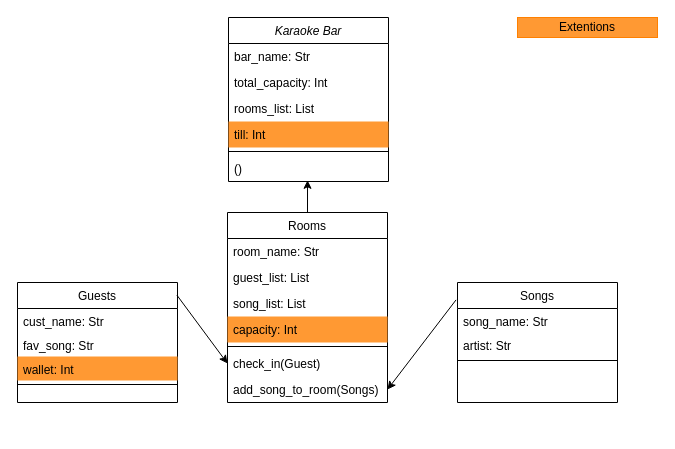
michaelmccoll/W2_WkEnd_Object_Oriented_Karaoke keeps this draw.io diagram as Karaoke.drawio. Above is the earlier version. Source tidied: cells renumbered, new cells numbered last; positions are measured from the earlier drawing's top-left corner, leaving out a move shared by most shapes. Both pictures are drawn from the tidied source at 100%, with x=0, y=0 at pixel (17, 17).
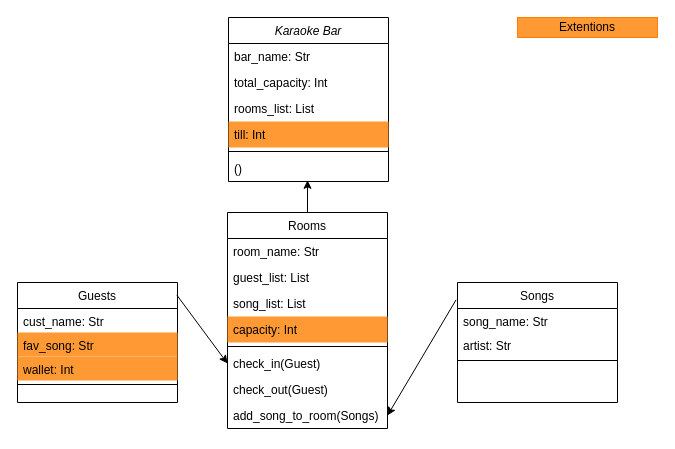
The same page after the edit.

Commit message (it also covers changes not shown here):
Guest tests complete. Room tests half completed.

The change refers to these unchanged cells:
```xml
<mxCell id="17" value="Guests" style="swimlane;fontStyle=0;align=center;verticalAlign=top;horizontal=1;startSize=26;rounded=0;shadow=0;strokeWidth=1;" parent="1" vertex="1">
  <mxGeometry y="265" width="160" height="120" as="geometry" />
</mxCell>
```

Diff of the diagram source:
```diff
@@
     <mxCell id="9" value="Rooms" style="swimlane;fontStyle=0;align=center;verticalAlign=top;horizontal=1;startSize=26;rounded=0;shadow=0;strokeWidth=1;" parent="1" vertex="1">
-      <mxGeometry x="210" y="195" width="160" height="190" as="geometry" />
+      <mxGeometry x="210" y="195" width="160" height="216" as="geometry" />
     </mxCell>
@@
+    <mxCell id="30" value="check_out(Guest)" style="text;align=left;verticalAlign=top;spacingLeft=4;spacingRight=4;overflow=hidden;" parent="9" vertex="1">
+      <mxGeometry y="164" width="160" height="26" as="geometry" />
+    </mxCell>
     <mxCell id="16" value="add_song_to_room(Songs)" style="text;align=left;verticalAlign=top;spacingLeft=4;spacingRight=4;overflow=hidden;points=[[0,0.5],[1,0.5]];portConstraint=eastwest;" parent="9" vertex="1">
-      <mxGeometry y="164" width="160" height="26" as="geometry" />
+      <mxGeometry y="190" width="160" height="26" as="geometry" />
     </mxCell>
@@
-    <mxCell id="19" value="fav_song: Str" style="text;align=left;verticalAlign=top;spacingLeft=4;spacingRight=4;overflow=hidden;" parent="17" vertex="1">
+    <mxCell id="19" value="fav_song: Str" style="text;align=left;verticalAlign=top;spacingLeft=4;spacingRight=4;overflow=hidden;fillColor=#FF9933;" parent="17" vertex="1">
       <mxGeometry y="50" width="160" height="24" as="geometry" />
     </mxCell>
```
